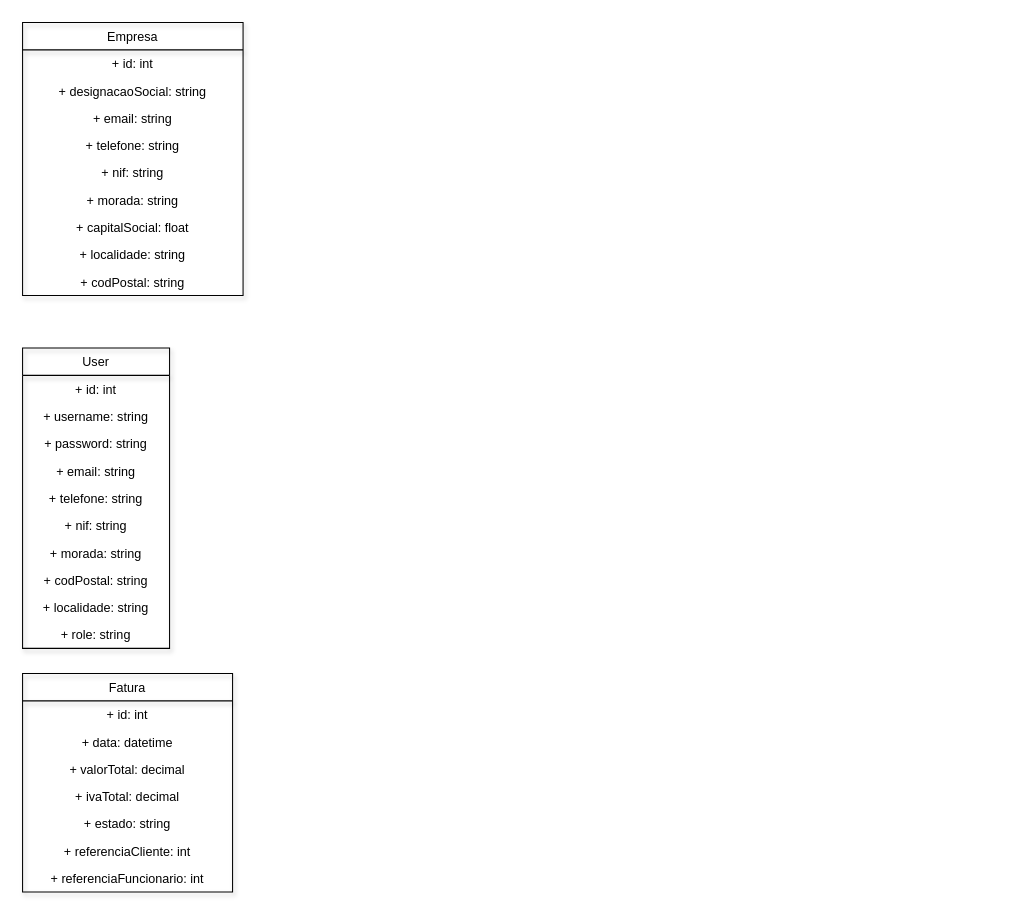
This is weblogicmvc/db/DC.drawio from ContaEscola/PSI_PWS_PLTV-H, a draw.io file, before an edit. Source tidied: cells renumbered, new cells numbered last; positions are measured from the earlier drawing's top-left corner, leaving out a move shared by most shapes. Both pictures are drawn from the tidied source at 105%, with x=0, y=0 at pixel (22, 22).
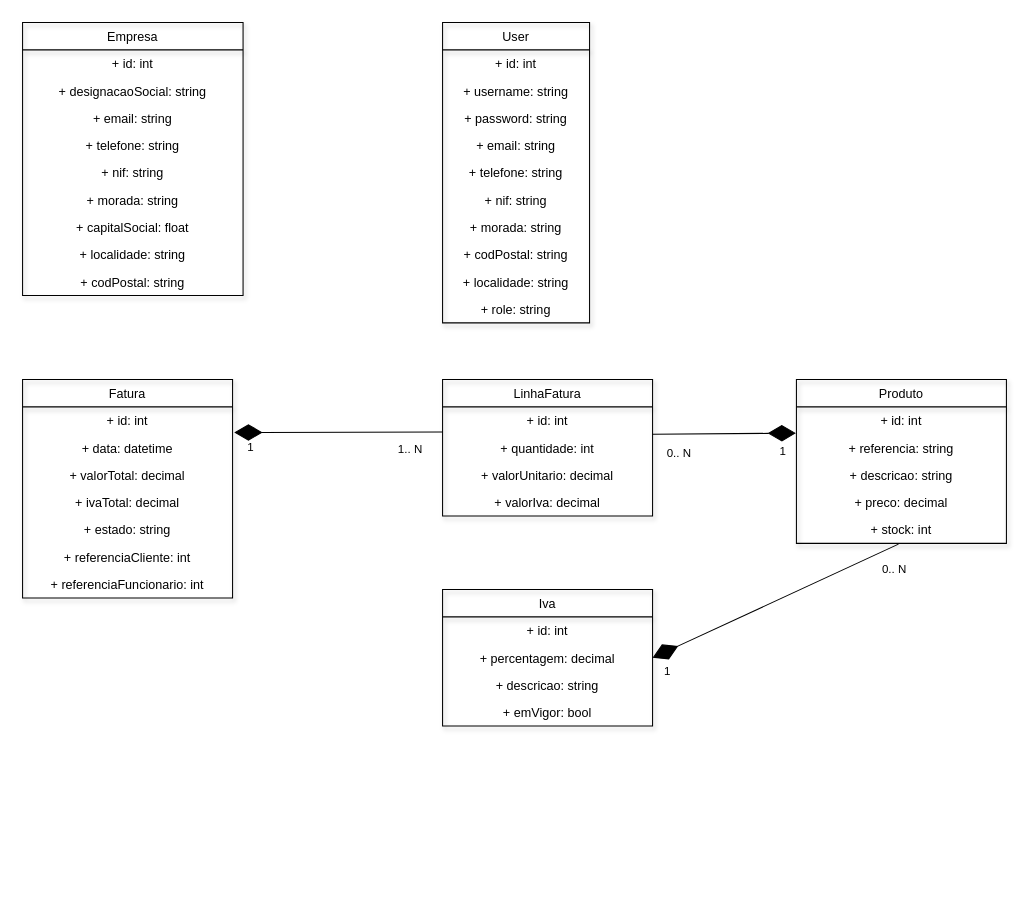
Above is the later version.

Commit message:
PPH-4 /Diagrama de classes completo

The change refers to these unchanged cells:
```xml
<mxCell id="25" value="+ data: datetime" style="text;strokeColor=none;fillColor=none;align=center;verticalAlign=top;spacingLeft=4;spacingRight=4;overflow=hidden;points=[[0,0.5],[1,0.5]];portConstraint=eastwest;shadow=1;" parent="23" vertex="1">
  <mxGeometry y="52" width="200" height="26" as="geometry" />
</mxCell>
```

What changed in the source:
```diff
@@
     <mxCell id="12" value="User" style="swimlane;fontStyle=0;horizontal=1;startSize=26;fillColor=none;shadow=1;" parent="1" vertex="1">
-      <mxGeometry y="310" width="140" height="286" as="geometry" />
+      <mxGeometry x="400" width="140" height="286" as="geometry" />
     </mxCell>
@@
     <mxCell id="23" value="Fatura" style="swimlane;fontStyle=0;horizontal=1;startSize=26;fillColor=none;shadow=1;" parent="1" vertex="1">
-      <mxGeometry y="620" width="200" height="208" as="geometry" />
+      <mxGeometry y="340" width="200" height="208" as="geometry" />
     </mxCell>
@@
+    <mxCell id="31" value="LinhaFatura" style="swimlane;fontStyle=0;horizontal=1;startSize=26;fillColor=none;shadow=1;" parent="1" vertex="1">
+      <mxGeometry x="400" y="340" width="200" height="130" as="geometry" />
+    </mxCell>
+    <mxCell id="32" value="+ id: int" style="text;strokeColor=none;fillColor=none;align=center;verticalAlign=top;spacingLeft=4;spacingRight=4;overflow=hidden;shadow=1;" parent="31" vertex="1">
+      <mxGeometry y="26" width="200" height="26" as="geometry" />
+    </mxCell>
+    <mxCell id="33" value="+ quantidade: int" style="text;strokeColor=none;fillColor=none;align=center;verticalAlign=top;spacingLeft=4;spacingRight=4;overflow=hidden;points=[[0,0.5],[1,0.5]];portConstraint=eastwest;shadow=1;" parent="31" vertex="1">
+      <mxGeometry y="52" width="200" height="26" as="geometry" />
+    </mxCell>
+    <mxCell id="34" value="+ valorUnitario: decimal" style="text;strokeColor=none;fillColor=none;align=center;verticalAlign=top;spacingLeft=4;spacingRight=4;overflow=hidden;shadow=1;" parent="31" vertex="1">
+      <mxGeometry y="78" width="200" height="26" as="geometry" />
+    </mxCell>
+    <mxCell id="35" value="+ valorIva: decimal" style="text;strokeColor=none;fillColor=none;align=center;verticalAlign=top;spacingLeft=4;spacingRight=4;overflow=hidden;shadow=1;" parent="31" vertex="1">
+      <mxGeometry y="104" width="200" height="26" as="geometry" />
+    </mxCell>
+    <mxCell id="36" value="Produto" style="swimlane;fontStyle=0;horizontal=1;startSize=26;fillColor=none;shadow=1;" parent="1" vertex="1">
+      <mxGeometry x="737" y="340" width="200" height="156" as="geometry" />
+    </mxCell>
+    <mxCell id="37" value="+ id: int" style="text;strokeColor=none;fillColor=none;align=center;verticalAlign=top;spacingLeft=4;spacingRight=4;overflow=hidden;shadow=1;" parent="36" vertex="1">
+      <mxGeometry y="26" width="200" height="26" as="geometry" />
+    </mxCell>
+    <mxCell id="38" value="+ referencia: string" style="text;strokeColor=none;fillColor=none;align=center;verticalAlign=top;spacingLeft=4;spacingRight=4;overflow=hidden;points=[[0,0.5],[1,0.5]];portConstraint=eastwest;shadow=1;" parent="36" vertex="1">
+      <mxGeometry y="52" width="200" height="26" as="geometry" />
+    </mxCell>
+    <mxCell id="39" value="+ descricao: string" style="text;strokeColor=none;fillColor=none;align=center;verticalAlign=top;spacingLeft=4;spacingRight=4;overflow=hidden;shadow=1;" parent="36" vertex="1">
+      <mxGeometry y="78" width="200" height="26" as="geometry" />
+    </mxCell>
+    <mxCell id="40" value="+ preco: decimal" style="text;strokeColor=none;fillColor=none;align=center;verticalAlign=top;spacingLeft=4;spacingRight=4;overflow=hidden;shadow=1;" parent="36" vertex="1">
+      <mxGeometry y="104" width="200" height="26" as="geometry" />
+    </mxCell>
+    <mxCell id="41" value="+ stock: int" style="text;strokeColor=none;fillColor=none;align=center;verticalAlign=top;spacingLeft=4;spacingRight=4;overflow=hidden;points=[[0,0.5],[1,0.5]];portConstraint=eastwest;shadow=1;" parent="36" vertex="1">
+      <mxGeometry y="130" width="200" height="26" as="geometry" />
+    </mxCell>
+    <mxCell id="42" value="Iva" style="swimlane;fontStyle=0;horizontal=1;startSize=26;fillColor=none;shadow=1;" parent="1" vertex="1">
+      <mxGeometry x="400" y="540" width="200" height="130" as="geometry" />
+    </mxCell>
+    <mxCell id="43" value="+ id: int" style="text;strokeColor=none;fillColor=none;align=center;verticalAlign=top;spacingLeft=4;spacingRight=4;overflow=hidden;shadow=1;" parent="42" vertex="1">
+      <mxGeometry y="26" width="200" height="26" as="geometry" />
+    </mxCell>
+    <mxCell id="44" value="+ percentagem: decimal" style="text;strokeColor=none;fillColor=none;align=center;verticalAlign=top;spacingLeft=4;spacingRight=4;overflow=hidden;points=[[0,0.5],[1,0.5]];portConstraint=eastwest;shadow=1;" parent="42" vertex="1">
+      <mxGeometry y="52" width="200" height="26" as="geometry" />
+    </mxCell>
+    <mxCell id="45" value="+ descricao: string" style="text;strokeColor=none;fillColor=none;align=center;verticalAlign=top;spacingLeft=4;spacingRight=4;overflow=hidden;shadow=1;" parent="42" vertex="1">
+      <mxGeometry y="78" width="200" height="26" as="geometry" />
+    </mxCell>
+    <mxCell id="46" value="+ emVigor: bool" style="text;strokeColor=none;fillColor=none;align=center;verticalAlign=top;spacingLeft=4;spacingRight=4;overflow=hidden;shadow=1;" parent="42" vertex="1">
+      <mxGeometry y="104" width="200" height="26" as="geometry" />
+    </mxCell>
+    <mxCell id="47" style="endArrow=diamondThin;endFill=1;endSize=24;html=1;rounded=0;entryX=1.008;entryY=-0.06;entryDx=0;entryDy=0;entryPerimeter=0;" parent="1" edge="1" target="25">
+      <mxGeometry relative="1" as="geometry">
+        <mxPoint x="400" y="390" as="sourcePoint" />
+      </mxGeometry>
+    </mxCell>
+    <mxCell id="48" value="1.. N" style="edgeLabel;html=1;align=center;verticalAlign=middle;" parent="47" vertex="1">
+      <mxGeometry x="0.86" y="-7" relative="1" as="geometry">
+        <mxPoint x="154" y="22" as="offset" />
+      </mxGeometry>
+    </mxCell>
+    <mxCell id="49" value="1&lt;br&gt;" style="edgeLabel;html=1;align=center;verticalAlign=middle;" parent="47" vertex="1">
+      <mxGeometry x="0.85" y="6" relative="1" as="geometry">
+        <mxPoint y="8" as="offset" />
+      </mxGeometry>
+    </mxCell>
+    <mxCell id="50" style="endArrow=diamondThin;endFill=1;endSize=24;html=1;rounded=0;entryX=-0.002;entryY=-0.038;entryDx=0;entryDy=0;entryPerimeter=0;exitX=0.999;exitY=0.005;exitDx=0;exitDy=0;exitPerimeter=0;" parent="1" edge="1" source="33" target="38">
+      <mxGeometry relative="1" as="geometry" />
+    </mxCell>
+    <mxCell id="51" value="1" style="edgeLabel;html=1;align=center;verticalAlign=middle;" parent="50" vertex="1">
+      <mxGeometry x="0.81" y="-8" relative="1" as="geometry">
+        <mxPoint y="8" as="offset" />
+      </mxGeometry>
+    </mxCell>
+    <mxCell id="52" value="0.. N" style="edgeLabel;html=1;align=center;verticalAlign=middle;" parent="50" vertex="1">
+      <mxGeometry x="0.82" y="2" relative="1" as="geometry">
+        <mxPoint x="-99" y="20" as="offset" />
+      </mxGeometry>
+    </mxCell>
+    <mxCell id="53" style="endArrow=diamondThin;endFill=1;endSize=24;html=1;rounded=0;entryX=1;entryY=0.5;entryDx=0;entryDy=0;exitX=0.486;exitY=1.027;exitDx=0;exitDy=0;exitPerimeter=0;" parent="1" edge="1" source="41" target="44">
+      <mxGeometry relative="1" as="geometry" />
+    </mxCell>
+    <mxCell id="54" value="1" style="edgeLabel;html=1;align=center;verticalAlign=middle;" parent="53" vertex="1">
+      <mxGeometry x="0.88" relative="1" as="geometry">
+        <mxPoint y="19" as="offset" />
+      </mxGeometry>
+    </mxCell>
+    <mxCell id="55" value="0.. N" style="edgeLabel;html=1;align=center;verticalAlign=middle;" parent="53" vertex="1">
+      <mxGeometry x="-0.79" relative="1" as="geometry">
+        <mxPoint x="20" y="12" as="offset" />
+      </mxGeometry>
+    </mxCell>
```
